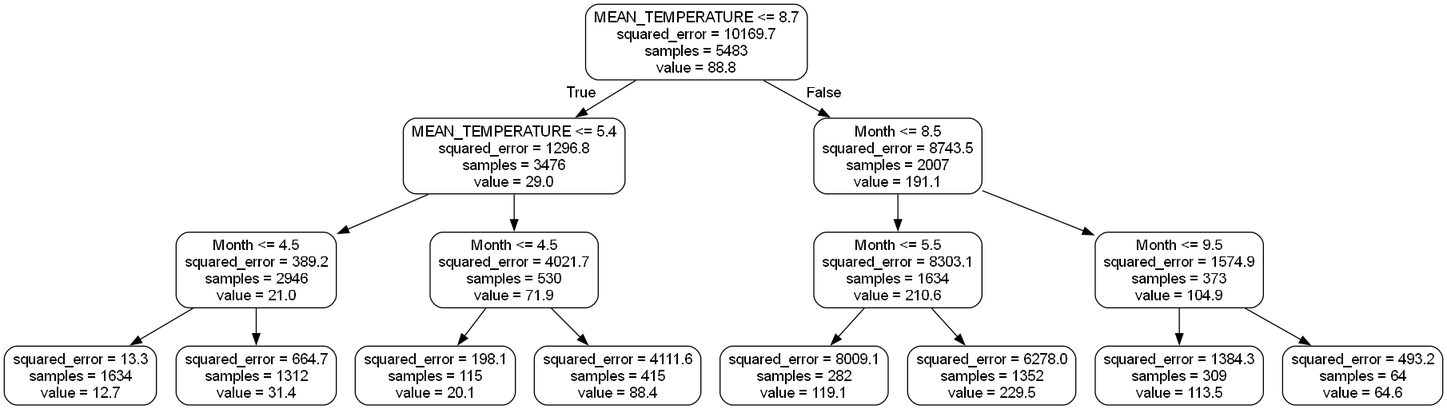
This is small_tree.png from Abdullah-Usmani/flood-research1, a Graphviz export, as it was before one commit. Its source is kept beside it as small_tree.dot.
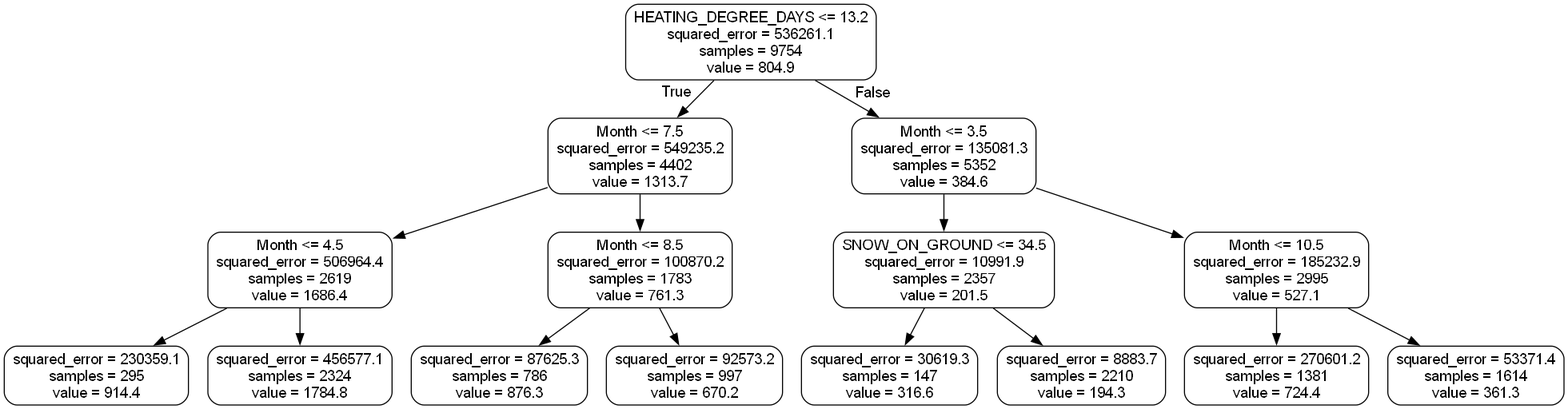
The same diagram one commit later.

What changed in the source:
```diff
@@ -1,33 +1,33 @@
 digraph Tree {
 node [shape=box, style="rounded", color="black", fontname="helvetica"] ;
 edge [fontname="helvetica"] ;
-0 [label="MEAN_TEMPERATURE <= 8.7\nsquared_error = 10169.7\nsamples = 5483\nvalue = 88.8"] ;
-1 [label="MEAN_TEMPERATURE <= 5.4\nsquared_error = 1296.8\nsamples = 3476\nvalue = 29.0"] ;
+0 [label="HEATING_DEGREE_DAYS <= 13.2\nsquared_error = 536261.1\nsamples = 9754\nvalue = 804.9"] ;
+1 [label="Month <= 7.5\nsquared_error = 549235.2\nsamples = 4402\nvalue = 1313.7"] ;
 0 -> 1 [labeldistance=2.5, labelangle=45, headlabel="True"] ;
-2 [label="Month <= 4.5\nsquared_error = 389.2\nsamples = 2946\nvalue = 21.0"] ;
+2 [label="Month <= 4.5\nsquared_error = 506964.4\nsamples = 2619\nvalue = 1686.4"] ;
 1 -> 2 ;
-3 [label="squared_error = 13.3\nsamples = 1634\nvalue = 12.7"] ;
+3 [label="squared_error = 230359.1\nsamples = 295\nvalue = 914.4"] ;
 2 -> 3 ;
-4 [label="squared_error = 664.7\nsamples = 1312\nvalue = 31.4"] ;
+4 [label="squared_error = 456577.1\nsamples = 2324\nvalue = 1784.8"] ;
 2 -> 4 ;
-5 [label="Month <= 4.5\nsquared_error = 4021.7\nsamples = 530\nvalue = 71.9"] ;
+5 [label="Month <= 8.5\nsquared_error = 100870.2\nsamples = 1783\nvalue = 761.3"] ;
 1 -> 5 ;
-6 [label="squared_error = 198.1\nsamples = 115\nvalue = 20.1"] ;
+6 [label="squared_error = 87625.3\nsamples = 786\nvalue = 876.3"] ;
 5 -> 6 ;
-7 [label="squared_error = 4111.6\nsamples = 415\nvalue = 88.4"] ;
+7 [label="squared_error = 92573.2\nsamples = 997\nvalue = 670.2"] ;
 5 -> 7 ;
-8 [label="Month <= 8.5\nsquared_error = 8743.5\nsamples = 2007\nvalue = 191.1"] ;
+8 [label="Month <= 3.5\nsquared_error = 135081.3\nsamples = 5352\nvalue = 384.6"] ;
 0 -> 8 [labeldistance=2.5, labelangle=-45, headlabel="False"] ;
-9 [label="Month <= 5.5\nsquared_error = 8303.1\nsamples = 1634\nvalue = 210.6"] ;
+9 [label="SNOW_ON_GROUND <= 34.5\nsquared_error = 10991.9\nsamples = 2357\nvalue = 201.5"] ;
 8 -> 9 ;
-10 [label="squared_error = 8009.1\nsamples = 282\nvalue = 119.1"] ;
+10 [label="squared_error = 30619.3\nsamples = 147\nvalue = 316.6"] ;
 9 -> 10 ;
-11 [label="squared_error = 6278.0\nsamples = 1352\nvalue = 229.5"] ;
+11 [label="squared_error = 8883.7\nsamples = 2210\nvalue = 194.3"] ;
 9 -> 11 ;
-12 [label="Month <= 9.5\nsquared_error = 1574.9\nsamples = 373\nvalue = 104.9"] ;
+12 [label="Month <= 10.5\nsquared_error = 185232.9\nsamples = 2995\nvalue = 527.1"] ;
 8 -> 12 ;
-13 [label="squared_error = 1384.3\nsamples = 309\nvalue = 113.5"] ;
+13 [label="squared_error = 270601.2\nsamples = 1381\nvalue = 724.4"] ;
 12 -> 13 ;
-14 [label="squared_error = 493.2\nsamples = 64\nvalue = 64.6"] ;
+14 [label="squared_error = 53371.4\nsamples = 1614\nvalue = 361.3"] ;
 12 -> 14 ;
 }
```
